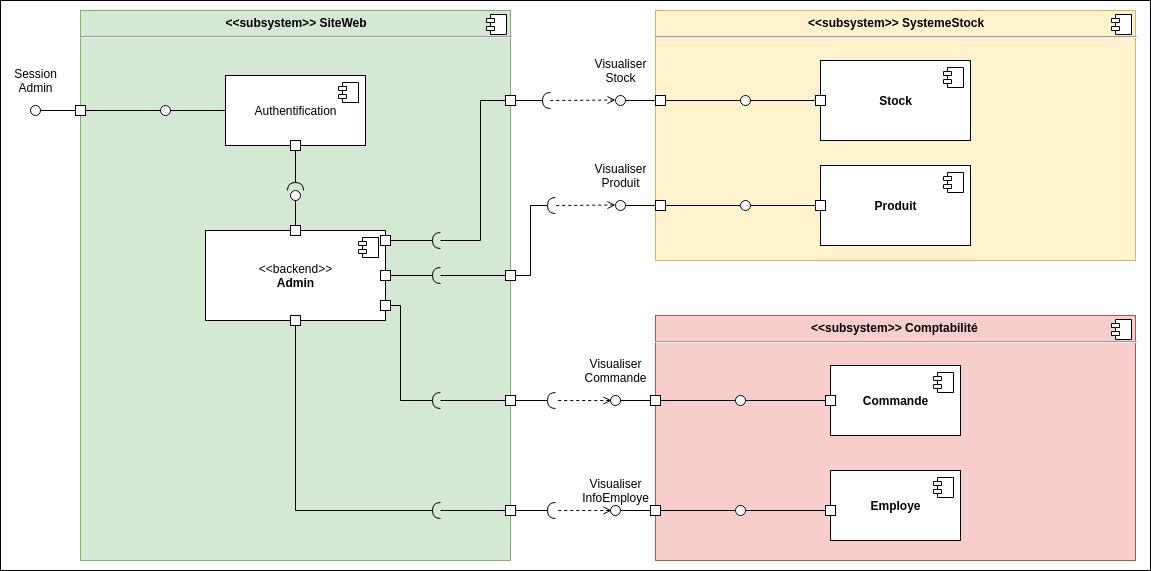
Before: Diag_component_admin.png, a diagram exported from draw.io (micktymoon/P6_pelletier_c-line). Source tidied: cells renumbered, new cells last; positions are measured from the earlier drawing's top-left corner, leaving out a move shared by most shapes.
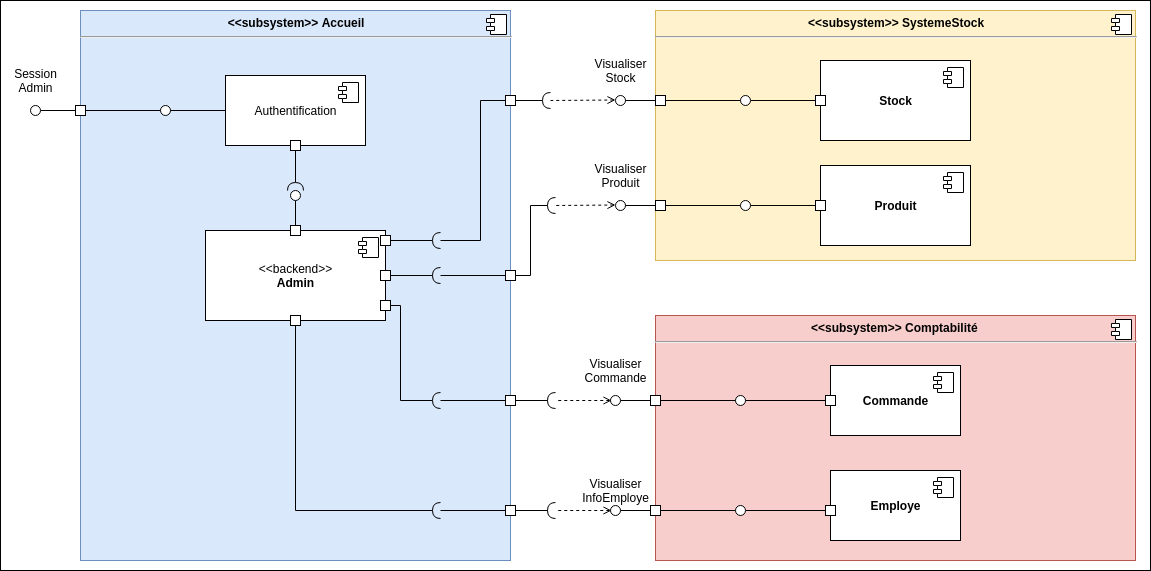
The same file after the commit.

Commit message:
modif admin accueil et pas site web.

The edit, as a diff of the source:
```diff
@@ -64,7 +64,7 @@
     <mxCell id="19" style="whiteSpace=wrap;html=1;" parent="1" vertex="1">
       <mxGeometry x="220" y="105" width="10" height="10" as="geometry" />
     </mxCell>
-    <mxCell id="20" value="&lt;p style=&quot;margin: 0px ; margin-top: 6px ; text-align: center&quot;&gt;&lt;b&gt;&amp;lt;&amp;lt;subsystem&amp;gt;&amp;gt; SiteWeb&lt;/b&gt;&lt;/p&gt;&lt;hr&gt;&lt;p style=&quot;margin: 0px ; margin-left: 8px&quot;&gt;&lt;br&gt;&lt;/p&gt;" style="align=left;overflow=fill;html=1;fillColor=#d5e8d4;strokeColor=#82b366;" parent="1" vertex="1">
+    <mxCell id="20" value="&lt;p style=&quot;margin: 0px ; margin-top: 6px ; text-align: center&quot;&gt;&lt;b&gt;&amp;lt;&amp;lt;subsystem&amp;gt;&amp;gt; Accueil&lt;/b&gt;&lt;/p&gt;&lt;hr&gt;&lt;p style=&quot;margin: 0px ; margin-left: 8px&quot;&gt;&lt;br&gt;&lt;/p&gt;" style="align=left;overflow=fill;html=1;fillColor=#dae8fc;strokeColor=#6c8ebf;" parent="1" vertex="1">
       <mxGeometry x="80" y="10" width="430" height="550" as="geometry" />
     </mxCell>
     <mxCell id="21" style="shape=component;jettyWidth=8;jettyHeight=4;" parent="20" vertex="1">
```
